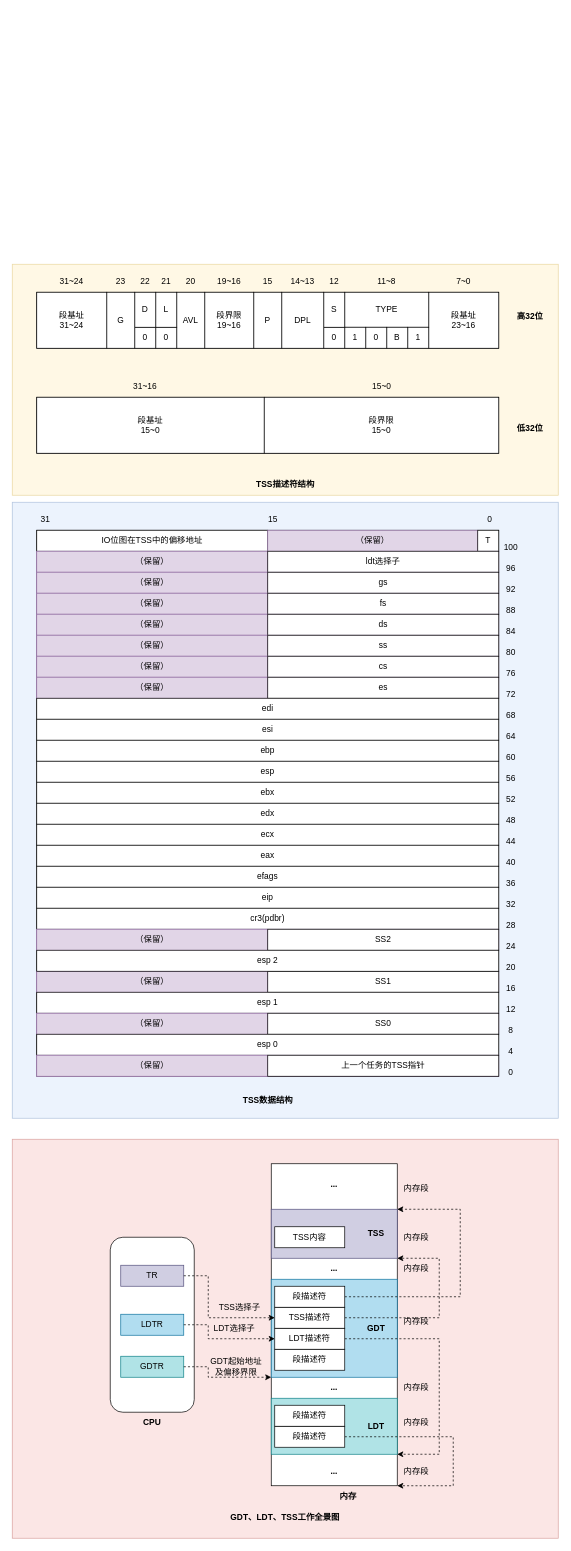
This is page "用户进程" (4 of 4) of 附录/操作系统.drawio from Atuboaabu/MyOS, a draw.io file, before an edit. Source tidied: cells renumbered, new cells numbered last; positions are measured from the earlier drawing's top-left corner, leaving out a move shared by most shapes. Both pictures are drawn from the tidied source at 70%, with x=0, y=0 at pixel (12, 264).
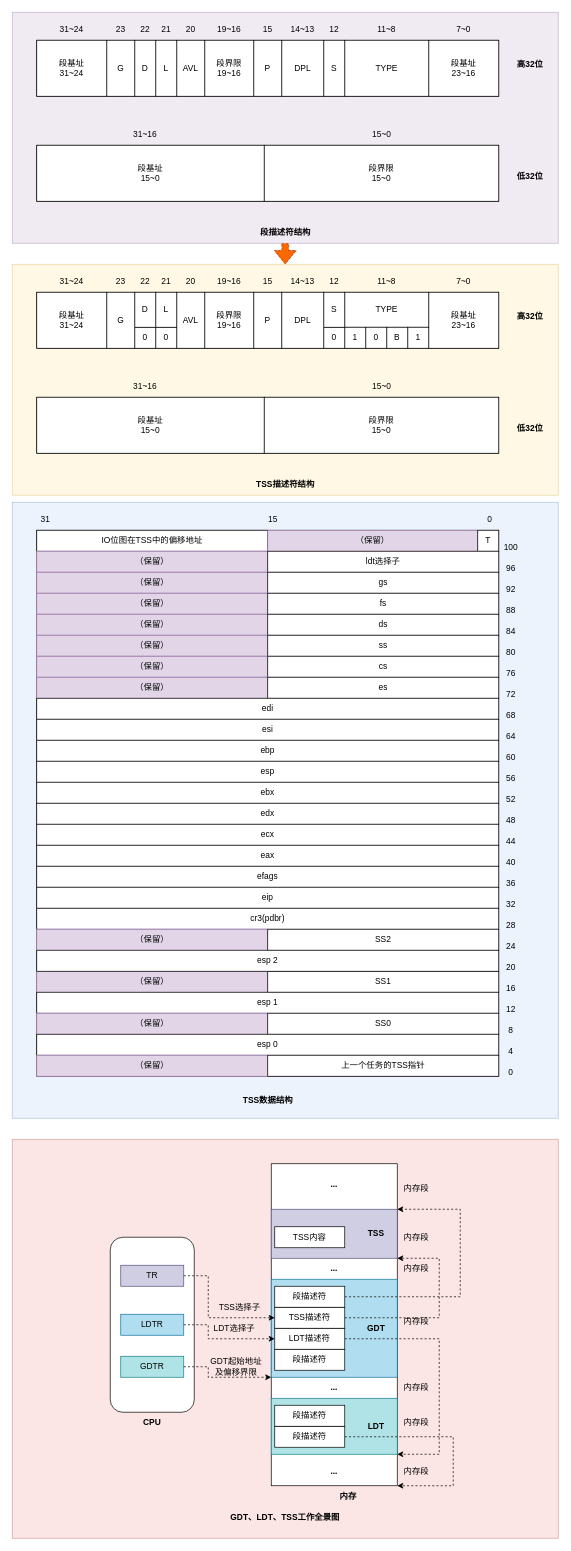
The same page after the edit.

Unchanged cells that the change refers to:
```xml
<mxCell id="4" style="rounded=0;whiteSpace=wrap;html=1;fillColor=#fff2cc;strokeColor=#d6b656;opacity=50;" parent="3" vertex="1">
  <mxGeometry width="780" height="330" as="geometry" />
</mxCell>
```

Change to the diagram source:
```diff
@@
+    <mxCell id="174" style="group;" parent="1" vertex="1">
+      <mxGeometry y="-360" width="780" height="330" as="geometry" />
+    </mxCell>
+    <mxCell id="175" style="rounded=0;whiteSpace=wrap;html=1;fillColor=#e1d5e7;strokeColor=#9673a6;opacity=50;" parent="174" vertex="1">
+      <mxGeometry width="780" height="330" as="geometry" />
+    </mxCell>
+    <mxCell id="176" style="group;" parent="174" vertex="1">
+      <mxGeometry x="35" y="160" width="660" height="110" as="geometry" />
+    </mxCell>
+    <mxCell id="177" style="rounded=0;whiteSpace=wrap;html=1;" parent="176" vertex="1">
+      <mxGeometry y="30" width="660" height="80" as="geometry" />
+    </mxCell>
+    <mxCell id="178" value="段基址&lt;div&gt;15~0&lt;/div&gt;" style="rounded=0;whiteSpace=wrap;html=1;" parent="176" vertex="1">
+      <mxGeometry y="30" width="325" height="80" as="geometry" />
+    </mxCell>
+    <mxCell id="179" value="段界限&lt;div&gt;15~0&lt;/div&gt;" style="rounded=0;whiteSpace=wrap;html=1;" parent="176" vertex="1">
+      <mxGeometry x="325" y="30" width="335" height="80" as="geometry" />
+    </mxCell>
+    <mxCell id="180" value="15~0" style="text;html=1;align=center;verticalAlign=middle;whiteSpace=wrap;rounded=0;" parent="176" vertex="1">
+      <mxGeometry x="462.5" width="60" height="30" as="geometry" />
+    </mxCell>
+    <mxCell id="181" value="31~16" style="text;html=1;align=center;verticalAlign=middle;whiteSpace=wrap;rounded=0;" parent="176" vertex="1">
+      <mxGeometry x="125" width="60" height="30" as="geometry" />
+    </mxCell>
+    <mxCell id="182" style="group;" parent="174" vertex="1">
+      <mxGeometry x="35" y="10" width="660" height="110" as="geometry" />
+    </mxCell>
+    <mxCell id="183" style="rounded=0;whiteSpace=wrap;html=1;" parent="182" vertex="1">
+      <mxGeometry y="30" width="660" height="80" as="geometry" />
+    </mxCell>
+    <mxCell id="184" value="段基址&lt;div&gt;23~16&lt;/div&gt;" style="rounded=0;whiteSpace=wrap;html=1;" parent="182" vertex="1">
+      <mxGeometry x="560" y="30" width="100" height="80" as="geometry" />
+    </mxCell>
+    <mxCell id="185" value="7~0" style="text;html=1;align=center;verticalAlign=middle;whiteSpace=wrap;rounded=0;" parent="182" vertex="1">
+      <mxGeometry x="580" width="60" height="30" as="geometry" />
+    </mxCell>
+    <mxCell id="186" value="TYPE" style="rounded=0;whiteSpace=wrap;html=1;" parent="182" vertex="1">
+      <mxGeometry x="440" y="30" width="120" height="80" as="geometry" />
+    </mxCell>
+    <mxCell id="187" value="S" style="rounded=0;whiteSpace=wrap;html=1;" parent="182" vertex="1">
+      <mxGeometry x="410" y="30" width="30" height="80" as="geometry" />
+    </mxCell>
+    <mxCell id="188" value="11~8" style="text;html=1;align=center;verticalAlign=middle;whiteSpace=wrap;rounded=0;" parent="182" vertex="1">
+      <mxGeometry x="470" width="60" height="30" as="geometry" />
+    </mxCell>
+    <mxCell id="189" value="12" style="text;html=1;align=center;verticalAlign=middle;whiteSpace=wrap;rounded=0;" parent="182" vertex="1">
+      <mxGeometry x="415" width="20" height="30" as="geometry" />
+    </mxCell>
+    <mxCell id="190" value="DPL" style="rounded=0;whiteSpace=wrap;html=1;" parent="182" vertex="1">
+      <mxGeometry x="350" y="30" width="60" height="80" as="geometry" />
+    </mxCell>
+    <mxCell id="191" value="14~13" style="text;html=1;align=center;verticalAlign=middle;whiteSpace=wrap;rounded=0;" parent="182" vertex="1">
+      <mxGeometry x="355" width="50" height="30" as="geometry" />
+    </mxCell>
+    <mxCell id="192" value="P" style="rounded=0;whiteSpace=wrap;html=1;" parent="182" vertex="1">
+      <mxGeometry x="310" y="30" width="40" height="80" as="geometry" />
+    </mxCell>
+    <mxCell id="193" value="15" style="text;html=1;align=center;verticalAlign=middle;whiteSpace=wrap;rounded=0;" parent="182" vertex="1">
+      <mxGeometry x="320" width="20" height="30" as="geometry" />
+    </mxCell>
+    <mxCell id="194" value="段界限&lt;div&gt;19~16&lt;/div&gt;" style="rounded=0;whiteSpace=wrap;html=1;" parent="182" vertex="1">
+      <mxGeometry x="240" y="30" width="70" height="80" as="geometry" />
+    </mxCell>
+    <mxCell id="195" value="19~16" style="text;html=1;align=center;verticalAlign=middle;whiteSpace=wrap;rounded=0;" parent="182" vertex="1">
+      <mxGeometry x="250" width="50" height="30" as="geometry" />
+    </mxCell>
+    <mxCell id="196" value="AVL" style="rounded=0;whiteSpace=wrap;html=1;" parent="182" vertex="1">
+      <mxGeometry x="200" y="30" width="40" height="80" as="geometry" />
+    </mxCell>
+    <mxCell id="197" value="20" style="text;html=1;align=center;verticalAlign=middle;whiteSpace=wrap;rounded=0;" parent="182" vertex="1">
+      <mxGeometry x="210" width="20" height="30" as="geometry" />
+    </mxCell>
+    <mxCell id="198" value="L" style="rounded=0;whiteSpace=wrap;html=1;" parent="182" vertex="1">
+      <mxGeometry x="170" y="30" width="30" height="80" as="geometry" />
+    </mxCell>
+    <mxCell id="199" value="21" style="text;html=1;align=center;verticalAlign=middle;whiteSpace=wrap;rounded=0;" parent="182" vertex="1">
+      <mxGeometry x="175" width="20" height="30" as="geometry" />
+    </mxCell>
+    <mxCell id="200" value="D" style="rounded=0;whiteSpace=wrap;html=1;" parent="182" vertex="1">
+      <mxGeometry x="140" y="30" width="30" height="80" as="geometry" />
+    </mxCell>
+    <mxCell id="201" value="22" style="text;html=1;align=center;verticalAlign=middle;whiteSpace=wrap;rounded=0;" parent="182" vertex="1">
+      <mxGeometry x="145" width="20" height="30" as="geometry" />
+    </mxCell>
+    <mxCell id="202" value="G" style="rounded=0;whiteSpace=wrap;html=1;" parent="182" vertex="1">
+      <mxGeometry x="100" y="30" width="40" height="80" as="geometry" />
+    </mxCell>
+    <mxCell id="203" value="23" style="text;html=1;align=center;verticalAlign=middle;whiteSpace=wrap;rounded=0;" parent="182" vertex="1">
+      <mxGeometry x="110" width="20" height="30" as="geometry" />
+    </mxCell>
+    <mxCell id="204" value="段基址&lt;div&gt;31~24&lt;/div&gt;" style="rounded=0;whiteSpace=wrap;html=1;" parent="182" vertex="1">
+      <mxGeometry y="30" width="100" height="80" as="geometry" />
+    </mxCell>
+    <mxCell id="205" value="31~24" style="text;html=1;align=center;verticalAlign=middle;whiteSpace=wrap;rounded=0;" parent="182" vertex="1">
+      <mxGeometry x="20" width="60" height="30" as="geometry" />
+    </mxCell>
+    <mxCell id="206" value="&lt;b&gt;高32位&lt;/b&gt;" style="text;html=1;align=center;verticalAlign=middle;whiteSpace=wrap;rounded=0;" parent="174" vertex="1">
+      <mxGeometry x="710" y="60" width="60" height="30" as="geometry" />
+    </mxCell>
+    <mxCell id="207" value="&lt;b&gt;低32位&lt;/b&gt;" style="text;html=1;align=center;verticalAlign=middle;whiteSpace=wrap;rounded=0;" parent="174" vertex="1">
+      <mxGeometry x="710" y="220" width="60" height="30" as="geometry" />
+    </mxCell>
+    <mxCell id="208" value="&lt;b&gt;段描述符结构&lt;/b&gt;" style="text;html=1;align=center;verticalAlign=middle;whiteSpace=wrap;rounded=0;" parent="174" vertex="1">
+      <mxGeometry x="332.5" y="300" width="115" height="30" as="geometry" />
+    </mxCell>
+    <mxCell id="209" style="edgeStyle=orthogonalEdgeStyle;rounded=0;jettySize=auto;html=1;entryX=0.5;entryY=0;entryDx=0;entryDy=0;shape=flexArrow;dashed=1;fillColor=#fa6800;strokeColor=#C73500;" parent="1" edge="1" source="208" target="4">
+      <mxGeometry relative="1" as="geometry" />
+    </mxCell>
```
